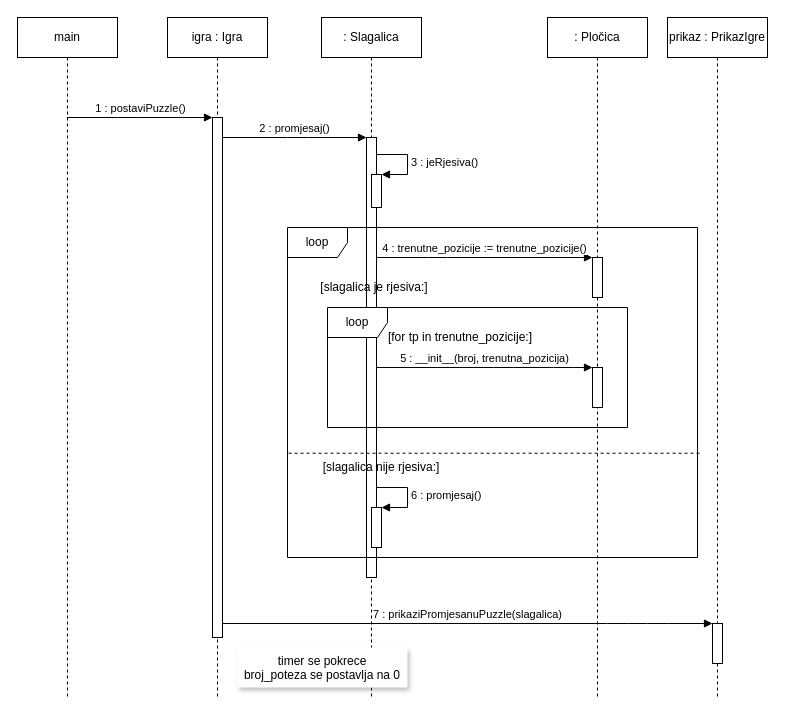
The draw.io diagram page "dijagramSlijedaPostavljanjePuzzle" (9 of 11) of dijagram.drawio in mmravak/Sliding-puzzle, before the edit. Source tidied: cells renumbered, new cells numbered last; positions are measured from the earlier drawing's top-left corner, leaving out a move shared by most shapes. Both pictures are drawn from the tidied source at 100%, with x=0, y=0 at pixel (17, 17).
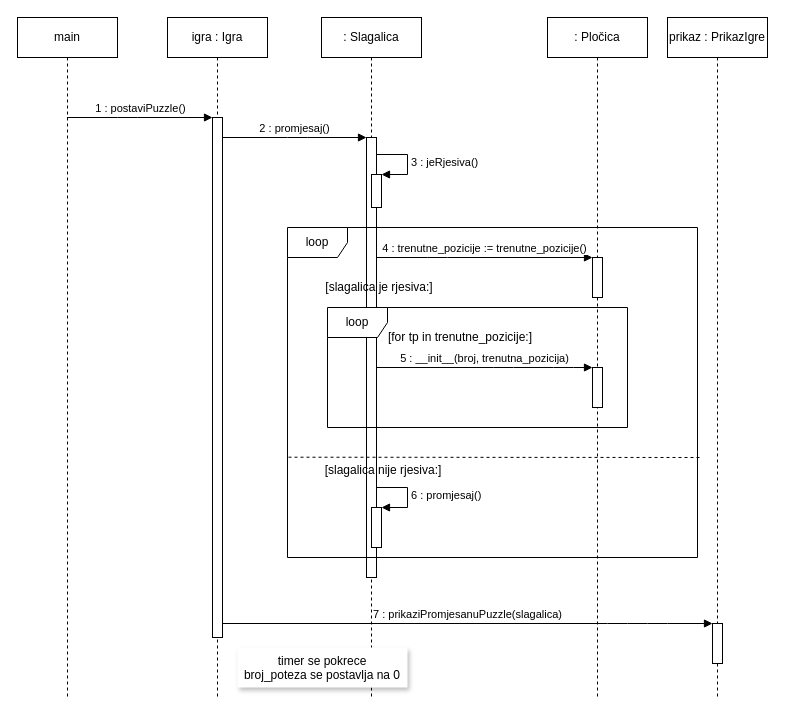
The same page after the edit.

The change refers to these unchanged cells:
```xml
<mxCell id="22" value="loop" style="shape=umlFrame;whiteSpace=wrap;html=1;swimlaneFillColor=none;sketch=0;shadow=0;" parent="1" vertex="1">
  <mxGeometry x="270" y="210" width="410" height="330" as="geometry" />
</mxCell>
```

What changed in the source:
```diff
@@
-    <mxCell id="23" style="endArrow=none;html=1;endSize=20;jumpSize=20;shadow=0;jumpStyle=none;dashed=1;strokeWidth=1;rounded=1;startSize=20;targetPerimeterSpacing=6;sourcePerimeterSpacing=6;exitX=1.005;exitY=0.684;exitDx=0;exitDy=0;exitPerimeter=0;entryX=-0.002;entryY=0.684;entryDx=0;entryDy=0;entryPerimeter=0;" parent="1" edge="1" source="22" target="22">
-      <mxGeometry relative="1" as="geometry" />
+    <mxCell id="23" style="endArrow=none;html=1;endSize=20;jumpSize=20;shadow=0;jumpStyle=none;dashed=1;strokeWidth=1;rounded=1;startSize=20;targetPerimeterSpacing=6;sourcePerimeterSpacing=6;entryX=-0.002;entryY=0.684;entryDx=0;entryDy=0;entryPerimeter=0;" parent="1" edge="1">
+      <mxGeometry relative="1" as="geometry">
+        <mxPoint x="682" y="440" as="sourcePoint" />
+        <mxPoint x="269.2" y="439.7" as="targetPoint" />
+      </mxGeometry>
     </mxCell>
     <mxCell id="24" value="[slagalica je rjesiva:]" style="text;html=1;strokeColor=none;fillColor=none;align=center;verticalAlign=middle;whiteSpace=wrap;rounded=0;shadow=0;sketch=0;" parent="1" vertex="1">
-      <mxGeometry x="297" y="260" width="120" height="20" as="geometry" />
+      <mxGeometry x="302" y="260" width="120" height="20" as="geometry" />
     </mxCell>
     <mxCell id="25" value="[slagalica nije rjesiva:]" style="text;html=1;strokeColor=none;fillColor=none;align=center;verticalAlign=middle;whiteSpace=wrap;rounded=0;shadow=0;sketch=0;" parent="1" vertex="1">
-      <mxGeometry x="304" y="440" width="120" height="20" as="geometry" />
+      <mxGeometry x="306" y="443" width="120" height="20" as="geometry" />
     </mxCell>
```
